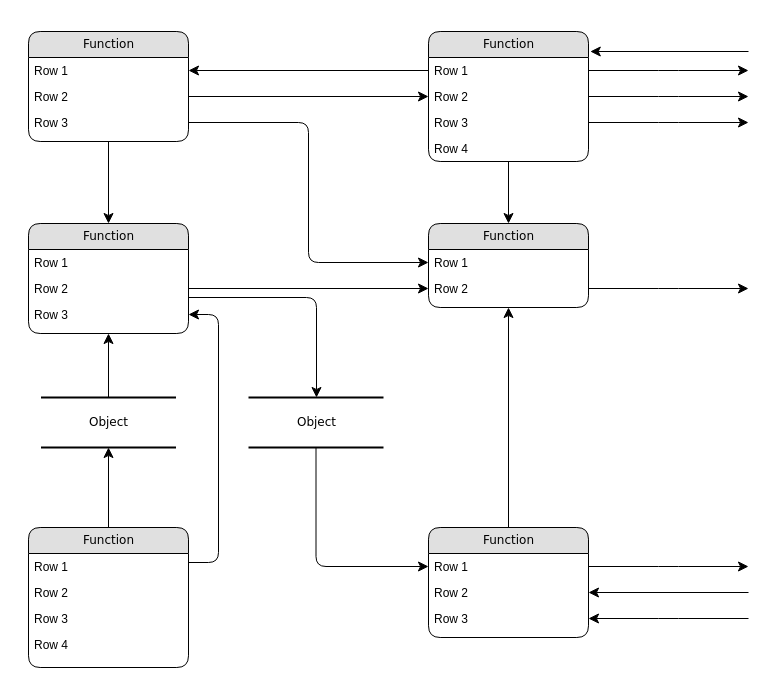
This is Untitled Diagram.drawio from juned-ahmad/task1-xenon, a draw.io file, before an edit. Source tidied: cells renumbered, new cells numbered last; positions are measured from the earlier drawing's top-left corner, leaving out a move shared by most shapes. Both pictures are drawn from the tidied source at 100%, with x=0, y=0 at pixel (28, 31).
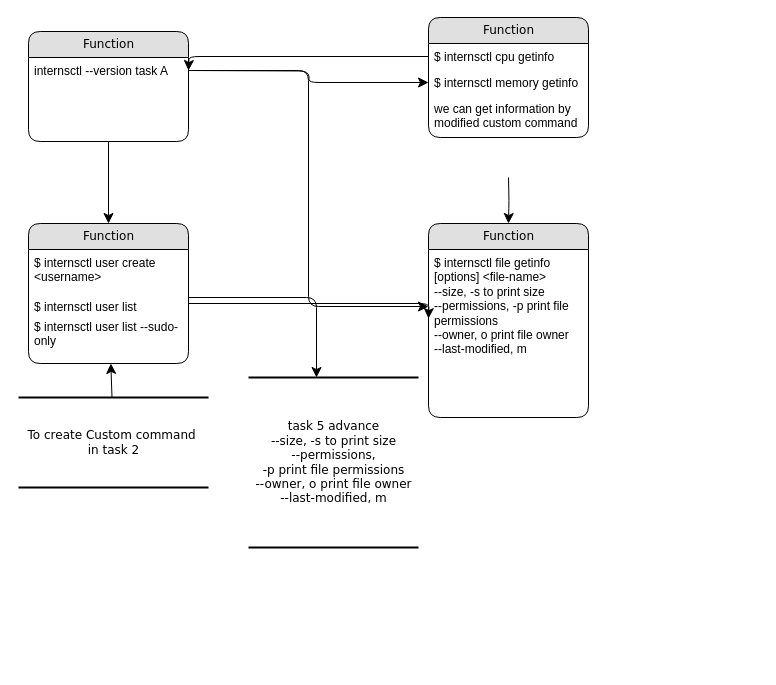
The same diagram, later.

Unchanged cells that the change refers to:
```xml
<mxCell id="3" value="Function" style="swimlane;html=1;fontStyle=0;horizontal=1;startSize=26;fillColor=#e0e0e0;swimlaneFillColor=#ffffff;align=center;rounded=1;shadow=0;comic=0;labelBackgroundColor=none;strokeWidth=1;fontFamily=Verdana;fontSize=12;" parent="1" vertex="1">
  <mxGeometry width="160" height="110" as="geometry" />
</mxCell>
```

What changed in the source:
```diff
@@
-    <mxCell id="2" value="Object" style="html=1;rounded=0;shadow=0;comic=0;labelBackgroundColor=none;strokeWidth=2;fontFamily=Verdana;fontSize=12;align=center;shape=mxgraph.ios7ui.horLines;" parent="1" vertex="1">
-      <mxGeometry x="12.5" y="366" width="135" height="50" as="geometry" />
+    <mxCell id="2" value="To create Custom command&amp;nbsp;&lt;br&gt;in task 2" style="html=1;rounded=0;shadow=0;comic=0;labelBackgroundColor=none;strokeWidth=2;fontFamily=Verdana;fontSize=12;align=center;shape=mxgraph.ios7ui.horLines;" parent="1" vertex="1">
+      <mxGeometry x="-10" y="366" width="190" height="90" as="geometry" />
     </mxCell>
@@
-    <mxCell id="4" value="Row 1" style="text;html=1;strokeColor=none;fillColor=none;spacingLeft=4;spacingRight=4;whiteSpace=wrap;overflow=hidden;points=[[0,0.5],[1,0.5]];portConstraint=eastwest;" parent="3" vertex="1">
-      <mxGeometry y="26" width="160" height="26" as="geometry" />
-    </mxCell>
-    <mxCell id="5" value="Row 2" style="text;html=1;strokeColor=none;fillColor=none;spacingLeft=4;spacingRight=4;whiteSpace=wrap;overflow=hidden;points=[[0,0.5],[1,0.5]];portConstraint=eastwest;" parent="3" vertex="1">
-      <mxGeometry y="52" width="160" height="26" as="geometry" />
-    </mxCell>
-    <mxCell id="6" value="Row 3" style="text;html=1;strokeColor=none;fillColor=none;spacingLeft=4;spacingRight=4;whiteSpace=wrap;overflow=hidden;points=[[0,0.5],[1,0.5]];portConstraint=eastwest;" parent="3" vertex="1">
-      <mxGeometry y="78" width="160" height="26" as="geometry" />
+    <mxCell id="6" value="internsctl --version task A" style="text;html=1;strokeColor=none;fillColor=none;spacingLeft=4;spacingRight=4;whiteSpace=wrap;overflow=hidden;points=[[0,0.5],[1,0.5]];portConstraint=eastwest;" parent="3" vertex="1">
+      <mxGeometry y="26" width="160" height="26" as="geometry" />
     </mxCell>
     <mxCell id="7" value="Function" style="swimlane;html=1;fontStyle=0;horizontal=1;startSize=26;fillColor=#e0e0e0;swimlaneFillColor=#ffffff;align=center;rounded=1;shadow=0;comic=0;labelBackgroundColor=none;strokeWidth=1;fontFamily=Verdana;fontSize=12;" parent="1" vertex="1">
-      <mxGeometry x="400" width="160" height="130" as="geometry" />
+      <mxGeometry x="400" y="-14" width="160" height="120" as="geometry" />
     </mxCell>
-    <mxCell id="8" value="Row 1" style="text;html=1;strokeColor=none;fillColor=none;spacingLeft=4;spacingRight=4;whiteSpace=wrap;overflow=hidden;points=[[0,0.5],[1,0.5]];portConstraint=eastwest;" parent="7" vertex="1">
+    <mxCell id="8" value="$ internsctl cpu getinfo" style="text;html=1;strokeColor=none;fillColor=none;spacingLeft=4;spacingRight=4;whiteSpace=wrap;overflow=hidden;points=[[0,0.5],[1,0.5]];portConstraint=eastwest;" parent="7" vertex="1">
       <mxGeometry y="26" width="160" height="26" as="geometry" />
     </mxCell>
-    <mxCell id="9" value="Row 2" style="text;html=1;strokeColor=none;fillColor=none;spacingLeft=4;spacingRight=4;whiteSpace=wrap;overflow=hidden;points=[[0,0.5],[1,0.5]];portConstraint=eastwest;" parent="7" vertex="1">
+    <mxCell id="9" value="$ internsctl memory getinfo" style="text;html=1;strokeColor=none;fillColor=none;spacingLeft=4;spacingRight=4;whiteSpace=wrap;overflow=hidden;points=[[0,0.5],[1,0.5]];portConstraint=eastwest;" parent="7" vertex="1">
       <mxGeometry y="52" width="160" height="26" as="geometry" />
     </mxCell>
-    <mxCell id="10" value="Row 3" style="text;html=1;strokeColor=none;fillColor=none;spacingLeft=4;spacingRight=4;whiteSpace=wrap;overflow=hidden;points=[[0,0.5],[1,0.5]];portConstraint=eastwest;" parent="7" vertex="1">
-      <mxGeometry y="78" width="160" height="26" as="geometry" />
+    <mxCell id="10" value="we can get information by modified custom command" style="text;html=1;strokeColor=none;fillColor=none;spacingLeft=4;spacingRight=4;whiteSpace=wrap;overflow=hidden;points=[[0,0.5],[1,0.5]];portConstraint=eastwest;" parent="7" vertex="1">
+      <mxGeometry y="78" width="160" height="42" as="geometry" />
     </mxCell>
-    <mxCell id="11" value="Row 4" style="text;html=1;strokeColor=none;fillColor=none;spacingLeft=4;spacingRight=4;whiteSpace=wrap;overflow=hidden;" parent="7" vertex="1">
-      <mxGeometry y="104" width="160" height="26" as="geometry" />
-    </mxCell>
     <mxCell id="12" value="Function" style="swimlane;html=1;fontStyle=0;horizontal=1;startSize=26;fillColor=#e0e0e0;swimlaneFillColor=#ffffff;align=center;rounded=1;shadow=0;comic=0;labelBackgroundColor=none;strokeWidth=1;fontFamily=Verdana;fontSize=12;" parent="1" vertex="1">
-      <mxGeometry y="192" width="160" height="110" as="geometry" />
+      <mxGeometry y="192" width="160" height="140" as="geometry" />
     </mxCell>
-    <mxCell id="13" value="Row 1" style="text;html=1;strokeColor=none;fillColor=none;spacingLeft=4;spacingRight=4;whiteSpace=wrap;overflow=hidden;" parent="12" vertex="1">
-      <mxGeometry y="26" width="160" height="26" as="geometry" />
+    <mxCell id="13" value="$ internsctl user create &amp;lt;username&amp;gt;" style="text;html=1;strokeColor=none;fillColor=none;spacingLeft=4;spacingRight=4;whiteSpace=wrap;overflow=hidden;" parent="12" vertex="1">
+      <mxGeometry y="26" width="160" height="44" as="geometry" />
     </mxCell>
-    <mxCell id="14" value="Row 2" style="text;html=1;strokeColor=none;fillColor=none;spacingLeft=4;spacingRight=4;whiteSpace=wrap;overflow=hidden;points=[[0,0.5],[1,0.5]];portConstraint=eastwest;" parent="12" vertex="1">
-      <mxGeometry y="52" width="160" height="26" as="geometry" />
+    <mxCell id="14" value="$ internsctl user list" style="text;html=1;strokeColor=none;fillColor=none;spacingLeft=4;spacingRight=4;whiteSpace=wrap;overflow=hidden;points=[[0,0.5],[1,0.5]];portConstraint=eastwest;" parent="12" vertex="1">
+      <mxGeometry y="70" width="160" height="20" as="geometry" />
     </mxCell>
-    <mxCell id="15" value="Row 3" style="text;html=1;strokeColor=none;fillColor=none;spacingLeft=4;spacingRight=4;whiteSpace=wrap;overflow=hidden;points=[[0,0.5],[1,0.5]];portConstraint=eastwest;" parent="12" vertex="1">
-      <mxGeometry y="78" width="160" height="26" as="geometry" />
+    <mxCell id="15" value="$ internsctl user list --sudo-only" style="text;html=1;strokeColor=none;fillColor=none;spacingLeft=4;spacingRight=4;whiteSpace=wrap;overflow=hidden;points=[[0,0.5],[1,0.5]];portConstraint=eastwest;" parent="12" vertex="1">
+      <mxGeometry y="90" width="160" height="40" as="geometry" />
     </mxCell>
-    <mxCell id="16" value="Function" style="swimlane;html=1;fontStyle=0;horizontal=1;startSize=26;fillColor=#e0e0e0;swimlaneFillColor=#ffffff;align=center;rounded=1;shadow=0;comic=0;labelBackgroundColor=none;strokeWidth=1;fontFamily=Verdana;fontSize=12;" parent="1" vertex="1">
-      <mxGeometry y="496" width="160" height="140" as="geometry" />
-    </mxCell>
-    <mxCell id="17" value="Row 1" style="text;html=1;strokeColor=none;fillColor=none;spacingLeft=4;spacingRight=4;whiteSpace=wrap;overflow=hidden;" parent="16" vertex="1">
-      <mxGeometry y="26" width="160" height="26" as="geometry" />
-    </mxCell>
-    <mxCell id="18" value="Row 2" style="text;html=1;strokeColor=none;fillColor=none;spacingLeft=4;spacingRight=4;whiteSpace=wrap;overflow=hidden;" parent="16" vertex="1">
-      <mxGeometry y="52" width="160" height="26" as="geometry" />
-    </mxCell>
-    <mxCell id="19" value="Row 3" style="text;html=1;strokeColor=none;fillColor=none;spacingLeft=4;spacingRight=4;whiteSpace=wrap;overflow=hidden;" parent="16" vertex="1">
-      <mxGeometry y="78" width="160" height="26" as="geometry" />
-    </mxCell>
-    <mxCell id="20" value="Row 4" style="text;html=1;strokeColor=none;fillColor=none;spacingLeft=4;spacingRight=4;whiteSpace=wrap;overflow=hidden;" parent="16" vertex="1">
-      <mxGeometry y="104" width="160" height="26" as="geometry" />
-    </mxCell>
     <mxCell id="21" value="Function" style="swimlane;html=1;fontStyle=0;horizontal=1;startSize=26;fillColor=#e0e0e0;swimlaneFillColor=#ffffff;align=center;rounded=1;shadow=0;comic=0;labelBackgroundColor=none;strokeWidth=1;fontFamily=Verdana;fontSize=12;" parent="1" vertex="1">
-      <mxGeometry x="400" y="192" width="160" height="84" as="geometry" />
+      <mxGeometry x="400" y="192" width="160" height="194" as="geometry" />
     </mxCell>
-    <mxCell id="22" value="Row 1" style="text;html=1;strokeColor=none;fillColor=none;spacingLeft=4;spacingRight=4;whiteSpace=wrap;overflow=hidden;points=[[0,0.5],[1,0.5]];portConstraint=eastwest;" parent="21" vertex="1">
-      <mxGeometry y="26" width="160" height="26" as="geometry" />
+    <mxCell id="22" value="$ internsctl file getinfo [options] &amp;lt;file-name&amp;gt;&lt;br&gt;&lt;div&gt;--size, -s to print size&lt;/div&gt;&lt;div&gt;--permissions, -p print file permissions&lt;/div&gt;&lt;div&gt;--owner, o print file owner&lt;/div&gt;&lt;div&gt;--last-modified, m&lt;/div&gt;" style="text;html=1;strokeColor=none;fillColor=none;spacingLeft=4;spacingRight=4;whiteSpace=wrap;overflow=hidden;points=[[0,0.5],[1,0.5]];portConstraint=eastwest;" parent="21" vertex="1">
+      <mxGeometry y="26" width="160" height="114" as="geometry" />
     </mxCell>
-    <mxCell id="23" value="Row 2" style="text;html=1;strokeColor=none;fillColor=none;spacingLeft=4;spacingRight=4;whiteSpace=wrap;overflow=hidden;points=[[0,0.5],[1,0.5]];portConstraint=eastwest;" parent="21" vertex="1">
-      <mxGeometry y="52" width="160" height="26" as="geometry" />
-    </mxCell>
-    <mxCell id="24" value="Function" style="swimlane;html=1;fontStyle=0;horizontal=1;startSize=26;fillColor=#e0e0e0;swimlaneFillColor=#ffffff;align=center;rounded=1;shadow=0;comic=0;labelBackgroundColor=none;strokeWidth=1;fontFamily=Verdana;fontSize=12;" parent="1" vertex="1">
-      <mxGeometry x="400" y="496" width="160" height="110" as="geometry" />
-    </mxCell>
-    <mxCell id="25" value="Row 1" style="text;html=1;strokeColor=none;fillColor=none;spacingLeft=4;spacingRight=4;whiteSpace=wrap;overflow=hidden;points=[[0,0.5],[1,0.5]];portConstraint=eastwest;" parent="24" vertex="1">
-      <mxGeometry y="26" width="160" height="26" as="geometry" />
-    </mxCell>
-    <mxCell id="26" value="Row 2" style="text;html=1;strokeColor=none;fillColor=none;spacingLeft=4;spacingRight=4;whiteSpace=wrap;overflow=hidden;points=[[0,0.5],[1,0.5]];portConstraint=eastwest;" parent="24" vertex="1">
-      <mxGeometry y="52" width="160" height="26" as="geometry" />
-    </mxCell>
-    <mxCell id="27" value="Row 3" style="text;html=1;strokeColor=none;fillColor=none;spacingLeft=4;spacingRight=4;whiteSpace=wrap;overflow=hidden;points=[[0,0.5],[1,0.5]];portConstraint=eastwest;" parent="24" vertex="1">
-      <mxGeometry y="78" width="160" height="26" as="geometry" />
-    </mxCell>
-    <mxCell id="28" value="Object" style="html=1;rounded=0;shadow=0;comic=0;labelBackgroundColor=none;strokeWidth=2;fontFamily=Verdana;fontSize=12;align=center;shape=mxgraph.ios7ui.horLines;" parent="1" vertex="1">
-      <mxGeometry x="220" y="366" width="135" height="50" as="geometry" />
+    <mxCell id="28" value="task 5 advance&lt;br&gt;&lt;div&gt;--size, -s to print size&lt;/div&gt;&lt;div&gt;--permissions,&lt;/div&gt;&lt;div&gt;-p print file permissions&lt;/div&gt;&lt;div&gt;--owner, o print file owner&lt;/div&gt;&lt;div&gt;--last-modified, m&lt;/div&gt;" style="html=1;rounded=0;shadow=0;comic=0;labelBackgroundColor=none;strokeWidth=2;fontFamily=Verdana;fontSize=12;align=center;shape=mxgraph.ios7ui.horLines;" parent="1" vertex="1">
+      <mxGeometry x="220" y="346" width="170" height="170" as="geometry" />
     </mxCell>
-    <mxCell id="29" style="edgeStyle=none;html=1;labelBackgroundColor=none;startFill=0;startSize=8;endFill=1;endSize=8;fontFamily=Verdana;fontSize=12;" parent="1" edge="1" source="16" target="2">
-      <mxGeometry relative="1" as="geometry" />
-    </mxCell>
@@
-    <mxCell id="31" style="edgeStyle=orthogonalEdgeStyle;html=1;labelBackgroundColor=none;startFill=0;startSize=8;endFill=1;endSize=8;fontFamily=Verdana;fontSize=12;exitX=1;exitY=0.25;entryX=1;entryY=0.5;" parent="1" edge="1" source="16" target="15">
-      <mxGeometry relative="1" as="geometry">
-        <Array as="points">
-          <mxPoint x="190" y="531" />
-          <mxPoint x="190" y="283" />
-        </Array>
-      </mxGeometry>
-    </mxCell>
-    <mxCell id="32" style="edgeStyle=orthogonalEdgeStyle;html=1;labelBackgroundColor=none;startFill=0;startSize=8;endFill=1;endSize=8;fontFamily=Verdana;fontSize=12;" parent="1" edge="1" source="28" target="25">
-      <mxGeometry x="-0.13" y="32" relative="1" as="geometry" />
-    </mxCell>
@@
-    <mxCell id="35" style="edgeStyle=orthogonalEdgeStyle;html=1;labelBackgroundColor=none;startFill=0;startSize=8;endFill=1;endSize=8;fontFamily=Verdana;fontSize=12;" parent="1" edge="1" source="24" target="21">
-      <mxGeometry relative="1" as="geometry" />
-    </mxCell>
-    <mxCell id="36" style="edgeStyle=orthogonalEdgeStyle;html=1;labelBackgroundColor=none;startFill=0;startSize=8;endFill=1;endSize=8;fontFamily=Verdana;fontSize=12;" parent="1" edge="1" source="7" target="21">
-      <mxGeometry relative="1" as="geometry" />
+    <mxCell id="36" style="edgeStyle=orthogonalEdgeStyle;html=1;labelBackgroundColor=none;startFill=0;startSize=8;endFill=1;endSize=8;fontFamily=Verdana;fontSize=12;" parent="1" edge="1" target="21">
+      <mxGeometry relative="1" as="geometry">
+        <mxPoint x="480" y="146" as="sourcePoint" />
+      </mxGeometry>
     </mxCell>
-    <mxCell id="37" style="edgeStyle=orthogonalEdgeStyle;html=1;entryX=0;entryY=0.5;labelBackgroundColor=none;startFill=0;startSize=8;endFill=1;endSize=8;fontFamily=Verdana;fontSize=12;exitX=1;exitY=0.5;" parent="1" edge="1" source="5" target="9">
-      <mxGeometry relative="1" as="geometry" />
+    <mxCell id="37" style="edgeStyle=orthogonalEdgeStyle;html=1;entryX=0;entryY=0.5;labelBackgroundColor=none;startFill=0;startSize=8;endFill=1;endSize=8;fontFamily=Verdana;fontSize=12;exitX=1;exitY=0.5;" parent="1" edge="1" target="9">
+      <mxGeometry relative="1" as="geometry">
+        <mxPoint x="160" y="39" as="sourcePoint" />
+      </mxGeometry>
     </mxCell>
-    <mxCell id="38" style="edgeStyle=orthogonalEdgeStyle;html=1;exitX=0;exitY=0.5;entryX=1;entryY=0.5;labelBackgroundColor=none;startFill=0;startSize=8;endFill=1;endSize=8;fontFamily=Verdana;fontSize=12;" parent="1" edge="1" source="8" target="4">
-      <mxGeometry relative="1" as="geometry" />
+    <mxCell id="38" style="edgeStyle=orthogonalEdgeStyle;html=1;exitX=0;exitY=0.5;entryX=1;entryY=0.5;labelBackgroundColor=none;startFill=0;startSize=8;endFill=1;endSize=8;fontFamily=Verdana;fontSize=12;" parent="1" edge="1" source="8">
+      <mxGeometry relative="1" as="geometry">
+        <mxPoint x="160" y="39" as="targetPoint" />
+      </mxGeometry>
     </mxCell>
@@
-    <mxCell id="40" style="edgeStyle=orthogonalEdgeStyle;html=1;exitX=1;exitY=0.5;entryX=0;entryY=0.5;labelBackgroundColor=none;startFill=0;startSize=8;endFill=1;endSize=8;fontFamily=Verdana;fontSize=12;" parent="1" edge="1" source="14" target="23">
-      <mxGeometry relative="1" as="geometry" />
+    <mxCell id="40" style="edgeStyle=orthogonalEdgeStyle;html=1;exitX=1;exitY=0.5;entryX=0;entryY=0.5;labelBackgroundColor=none;startFill=0;startSize=8;endFill=1;endSize=8;fontFamily=Verdana;fontSize=12;" parent="1" edge="1" source="14">
+      <mxGeometry relative="1" as="geometry">
+        <mxPoint x="400" y="287" as="targetPoint" />
+      </mxGeometry>
     </mxCell>
-    <mxCell id="41" style="edgeStyle=orthogonalEdgeStyle;html=1;labelBackgroundColor=none;startFill=0;startSize=8;endFill=1;endSize=8;fontFamily=Verdana;fontSize=12;" parent="1" edge="1" source="23">
-      <mxGeometry relative="1" as="geometry">
-        <mxPoint x="720" y="257" as="targetPoint" />
-      </mxGeometry>
-    </mxCell>
-    <mxCell id="42" style="edgeStyle=orthogonalEdgeStyle;html=1;exitX=1;exitY=0.5;labelBackgroundColor=none;startFill=0;startSize=8;endFill=1;endSize=8;fontFamily=Verdana;fontSize=12;" parent="1" edge="1" source="25">
-      <mxGeometry relative="1" as="geometry">
-        <mxPoint x="720" y="535" as="targetPoint" />
-      </mxGeometry>
-    </mxCell>
-    <mxCell id="43" style="edgeStyle=orthogonalEdgeStyle;html=1;labelBackgroundColor=none;startFill=0;startSize=8;endFill=1;endSize=8;fontFamily=Verdana;fontSize=12;entryX=1;entryY=0.5;" parent="1" edge="1" target="26">
-      <mxGeometry relative="1" as="geometry">
-        <mxPoint x="720" y="561" as="sourcePoint" />
-        <Array as="points">
-          <mxPoint x="720" y="561" />
-        </Array>
-      </mxGeometry>
-    </mxCell>
-    <mxCell id="44" style="edgeStyle=orthogonalEdgeStyle;html=1;labelBackgroundColor=none;startFill=0;startSize=8;endFill=1;endSize=8;fontFamily=Verdana;fontSize=12;entryX=1;entryY=0.5;" parent="1" edge="1" target="27">
-      <mxGeometry relative="1" as="geometry">
-        <mxPoint x="720" y="587" as="sourcePoint" />
-        <Array as="points">
-          <mxPoint x="640" y="587" />
-          <mxPoint x="640" y="587" />
-        </Array>
-      </mxGeometry>
-    </mxCell>
-    <mxCell id="45" style="edgeStyle=orthogonalEdgeStyle;html=1;exitX=1;exitY=0.5;labelBackgroundColor=none;startFill=0;startSize=8;endFill=1;endSize=8;fontFamily=Verdana;fontSize=12;" parent="1" edge="1" source="8">
-      <mxGeometry relative="1" as="geometry">
-        <mxPoint x="720" y="39" as="targetPoint" />
-      </mxGeometry>
-    </mxCell>
-    <mxCell id="46" style="edgeStyle=orthogonalEdgeStyle;html=1;exitX=1;exitY=0.5;labelBackgroundColor=none;startFill=0;startSize=8;endFill=1;endSize=8;fontFamily=Verdana;fontSize=12;" parent="1" edge="1" source="9">
-      <mxGeometry relative="1" as="geometry">
-        <mxPoint x="720" y="65" as="targetPoint" />
-      </mxGeometry>
-    </mxCell>
-    <mxCell id="47" style="edgeStyle=orthogonalEdgeStyle;html=1;exitX=1;exitY=0.5;labelBackgroundColor=none;startFill=0;startSize=8;endFill=1;endSize=8;fontFamily=Verdana;fontSize=12;" parent="1" edge="1" source="10">
-      <mxGeometry relative="1" as="geometry">
-        <mxPoint x="720" y="91" as="targetPoint" />
-      </mxGeometry>
-    </mxCell>
-    <mxCell id="48" style="edgeStyle=elbowEdgeStyle;html=1;labelBackgroundColor=none;startFill=0;startSize=8;endFill=1;endSize=8;fontFamily=Verdana;fontSize=12;elbow=vertical;entryX=1.011;entryY=0.152;entryPerimeter=0;" parent="1" edge="1" target="7">
-      <mxGeometry relative="1" as="geometry">
-        <mxPoint x="720" y="20" as="sourcePoint" />
-        <Array as="points">
-          <mxPoint x="650" y="20" />
-        </Array>
-      </mxGeometry>
-    </mxCell>
```
